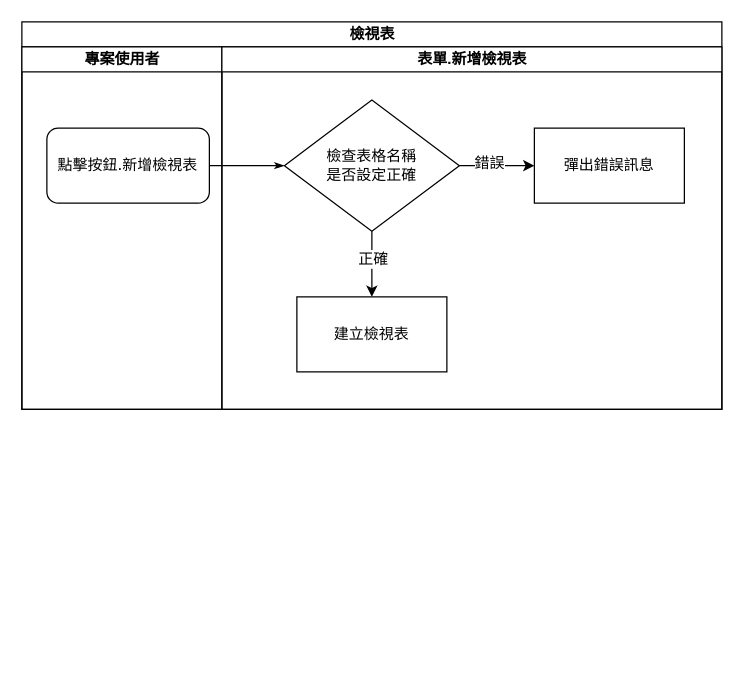
This is page "檢視表主頁_新增" (4 of 17) of 8.10.1/UPDATE/ITEM_1/IDE/logical/attachment/Diagram_Logical_index.drawio from ArcareRD/sadocs, a draw.io file, before an edit. Source tidied: cells renumbered, new cells numbered last; positions are measured from the earlier drawing's top-left corner, leaving out a move shared by most shapes. Both pictures are drawn from the tidied source at 125%, with x=0, y=0 at pixel (21, 21).
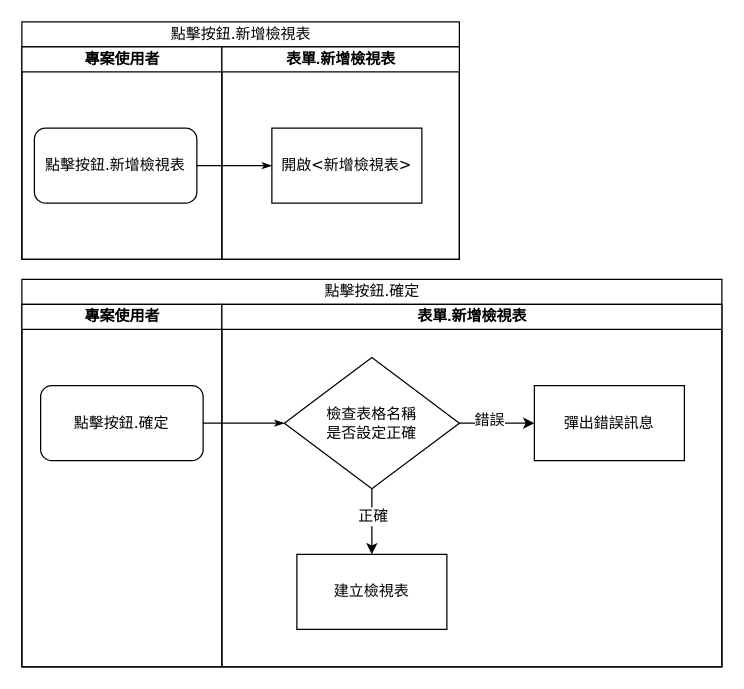
The same page after the edit.

Change to the diagram source:
```diff
@@
-    <mxCell id="2" value="&lt;span style=&quot;font-size: 12px&quot;&gt;檢視表&lt;/span&gt;" style="swimlane;html=1;startSize=20;rounded=0;shadow=0;labelBackgroundColor=none;strokeWidth=1;fontFamily=Verdana;fontSize=8;align=center;" parent="1" vertex="1">
-      <mxGeometry width="560" height="310" as="geometry" />
+    <mxCell id="2" value="&lt;span style=&quot;font-size: 12px ; font-weight: 400&quot;&gt;點擊按鈕.新增檢視表&lt;/span&gt;" style="swimlane;html=1;startSize=20;rounded=0;shadow=0;labelBackgroundColor=none;strokeWidth=1;fontFamily=Verdana;fontSize=8;align=center;" parent="1" vertex="1">
+      <mxGeometry width="350" height="190" as="geometry" />
     </mxCell>
     <mxCell id="3" value="專案使用者" style="swimlane;html=1;startSize=20;" parent="2" vertex="1">
-      <mxGeometry y="20" width="160" height="290" as="geometry" />
+      <mxGeometry y="20" width="160" height="170" as="geometry" />
     </mxCell>
     <mxCell id="4" value="&lt;font style=&quot;font-size: 12px&quot;&gt;點擊按鈕.新增檢視表&lt;/font&gt;" style="rounded=1;whiteSpace=wrap;html=1;shadow=0;labelBackgroundColor=none;strokeWidth=1;fontFamily=Verdana;fontSize=8;align=center;" parent="3" vertex="1">
-      <mxGeometry x="20" y="65" width="130" height="60" as="geometry" />
+      <mxGeometry x="10" y="65" width="130" height="60" as="geometry" />
     </mxCell>
-    <mxCell id="5" style="edgeStyle=orthogonalEdgeStyle;rounded=1;html=1;labelBackgroundColor=none;startArrow=none;startFill=0;startSize=5;endArrow=classicThin;endFill=1;endSize=5;jettySize=auto;strokeWidth=1;fontFamily=Verdana;fontSize=8;entryX=0;entryY=0.5;entryDx=0;entryDy=0;" parent="2" edge="1" source="4" target="7">
+    <mxCell id="5" style="edgeStyle=orthogonalEdgeStyle;rounded=1;html=1;labelBackgroundColor=none;startArrow=none;startFill=0;startSize=5;endArrow=classicThin;endFill=1;endSize=5;jettySize=auto;strokeWidth=1;fontFamily=Verdana;fontSize=8;entryX=0;entryY=0.5;entryDx=0;entryDy=0;" parent="2" edge="1" source="4" target="13">
       <mxGeometry relative="1" as="geometry" />
     </mxCell>
     <mxCell id="6" value="表單.新增檢視表" style="swimlane;html=1;startSize=20;" parent="2" vertex="1">
-      <mxGeometry x="160" y="20" width="400" height="290" as="geometry" />
+      <mxGeometry x="160" y="20" width="190" height="170" as="geometry" />
     </mxCell>
+    <mxCell id="13" value="&lt;span style=&quot;font-size: 12px&quot;&gt;開啟&amp;lt;新增檢視表&amp;gt;&lt;/span&gt;" style="whiteSpace=wrap;html=1;rounded=1;shadow=0;fontFamily=Verdana;fontSize=8;strokeWidth=1;arcSize=0;" parent="6" vertex="1">
+      <mxGeometry x="40" y="65" width="120" height="60" as="geometry" />
+    </mxCell>
+    <mxCell id="14" value="&lt;span style=&quot;font-size: 12px ; font-weight: 400&quot;&gt;點擊按鈕.確定&lt;/span&gt;" style="swimlane;html=1;startSize=20;rounded=0;shadow=0;labelBackgroundColor=none;strokeWidth=1;fontFamily=Verdana;fontSize=8;align=center;" parent="1" vertex="1">
+      <mxGeometry y="206" width="560" height="310" as="geometry" />
+    </mxCell>
+    <mxCell id="15" value="專案使用者" style="swimlane;html=1;startSize=20;" parent="14" vertex="1">
+      <mxGeometry y="20" width="160" height="290" as="geometry" />
+    </mxCell>
+    <mxCell id="16" value="&lt;font style=&quot;font-size: 12px&quot;&gt;點擊按鈕.確定&lt;/font&gt;" style="rounded=1;whiteSpace=wrap;html=1;shadow=0;labelBackgroundColor=none;strokeWidth=1;fontFamily=Verdana;fontSize=8;align=center;" parent="15" vertex="1">
+      <mxGeometry x="15" y="65" width="130" height="60" as="geometry" />
+    </mxCell>
+    <mxCell id="17" style="edgeStyle=orthogonalEdgeStyle;rounded=1;html=1;labelBackgroundColor=none;startArrow=none;startFill=0;startSize=5;endArrow=classicThin;endFill=1;endSize=5;jettySize=auto;strokeWidth=1;fontFamily=Verdana;fontSize=8;entryX=0;entryY=0.5;entryDx=0;entryDy=0;" parent="14" edge="1" source="16" target="7">
+      <mxGeometry relative="1" as="geometry" />
+    </mxCell>
+    <mxCell id="18" value="表單.新增檢視表" style="swimlane;html=1;startSize=20;" parent="14" vertex="1">
+      <mxGeometry x="160" y="20" width="400" height="290" as="geometry" />
+    </mxCell>
-    <mxCell id="7" value="&lt;font style=&quot;font-size: 12px&quot;&gt;檢查表格名稱&lt;br&gt;是否設定正確&lt;/font&gt;" style="rhombus;whiteSpace=wrap;html=1;rounded=1;shadow=0;strokeWidth=1;fontFamily=Verdana;fontSize=8;arcSize=0;" parent="6" vertex="1">
+    <mxCell id="7" value="&lt;font style=&quot;font-size: 12px&quot;&gt;檢查表格名稱&lt;br&gt;是否設定正確&lt;/font&gt;" style="rhombus;whiteSpace=wrap;html=1;rounded=1;shadow=0;strokeWidth=1;fontFamily=Verdana;fontSize=8;arcSize=0;" parent="18" vertex="1">
       <mxGeometry x="50" y="42.5" width="140" height="105" as="geometry" />
     </mxCell>
-    <mxCell id="8" style="edgeStyle=orthogonalEdgeStyle;rounded=0;jettySize=auto;html=1;fontFamily=Verdana;fontSize=12;" parent="6" edge="1" source="7" target="12">
+    <mxCell id="8" style="edgeStyle=orthogonalEdgeStyle;rounded=0;jettySize=auto;html=1;fontFamily=Verdana;fontSize=12;" parent="18" edge="1" source="7" target="12">
       <mxGeometry relative="1" as="geometry" />
     </mxCell>
@@
-    <mxCell id="10" style="edgeStyle=orthogonalEdgeStyle;rounded=0;jettySize=auto;html=1;fontFamily=Verdana;fontSize=8;" parent="6" edge="1" source="7" target="13">
-      <mxGeometry relative="1" as="geometry" />
-    </mxCell>
+    <mxCell id="19" style="edgeStyle=orthogonalEdgeStyle;rounded=0;jettySize=auto;html=1;fontFamily=Verdana;fontSize=8;" parent="18" edge="1" source="7" target="20">
+      <mxGeometry relative="1" as="geometry" />
+    </mxCell>
-    <mxCell id="11" value="錯誤" style="edgeLabel;html=1;align=center;verticalAlign=middle;fontSize=12;fontFamily=Verdana;" parent="10" vertex="1">
+    <mxCell id="11" value="錯誤" style="edgeLabel;html=1;align=center;verticalAlign=middle;fontSize=12;fontFamily=Verdana;" parent="19" vertex="1">
       <mxGeometry x="-0.25" y="3" relative="1" as="geometry" />
     </mxCell>
-    <mxCell id="12" value="&lt;span style=&quot;font-size: 12px&quot;&gt;建立檢視表&lt;/span&gt;" style="whiteSpace=wrap;html=1;rounded=1;shadow=0;fontFamily=Verdana;fontSize=8;strokeWidth=1;arcSize=0;" parent="6" vertex="1">
+    <mxCell id="12" value="&lt;span style=&quot;font-size: 12px&quot;&gt;建立檢視表&lt;/span&gt;" style="whiteSpace=wrap;html=1;rounded=1;shadow=0;fontFamily=Verdana;fontSize=8;strokeWidth=1;arcSize=0;" parent="18" vertex="1">
       <mxGeometry x="60" y="200" width="120" height="60" as="geometry" />
     </mxCell>
-    <mxCell id="13" value="&lt;font style=&quot;font-size: 12px&quot;&gt;彈出錯誤訊息&lt;/font&gt;" style="whiteSpace=wrap;html=1;rounded=1;shadow=0;fontFamily=Verdana;fontSize=8;strokeWidth=1;arcSize=0;" parent="6" vertex="1">
-      <mxGeometry x="250" y="65" width="120" height="60" as="geometry" />
-    </mxCell>
+    <mxCell id="20" value="&lt;font style=&quot;font-size: 12px&quot;&gt;彈出錯誤訊息&lt;/font&gt;" style="whiteSpace=wrap;html=1;rounded=1;shadow=0;fontFamily=Verdana;fontSize=8;strokeWidth=1;arcSize=0;" parent="18" vertex="1">
+      <mxGeometry x="250" y="65" width="120" height="60" as="geometry" />
+    </mxCell>
```
